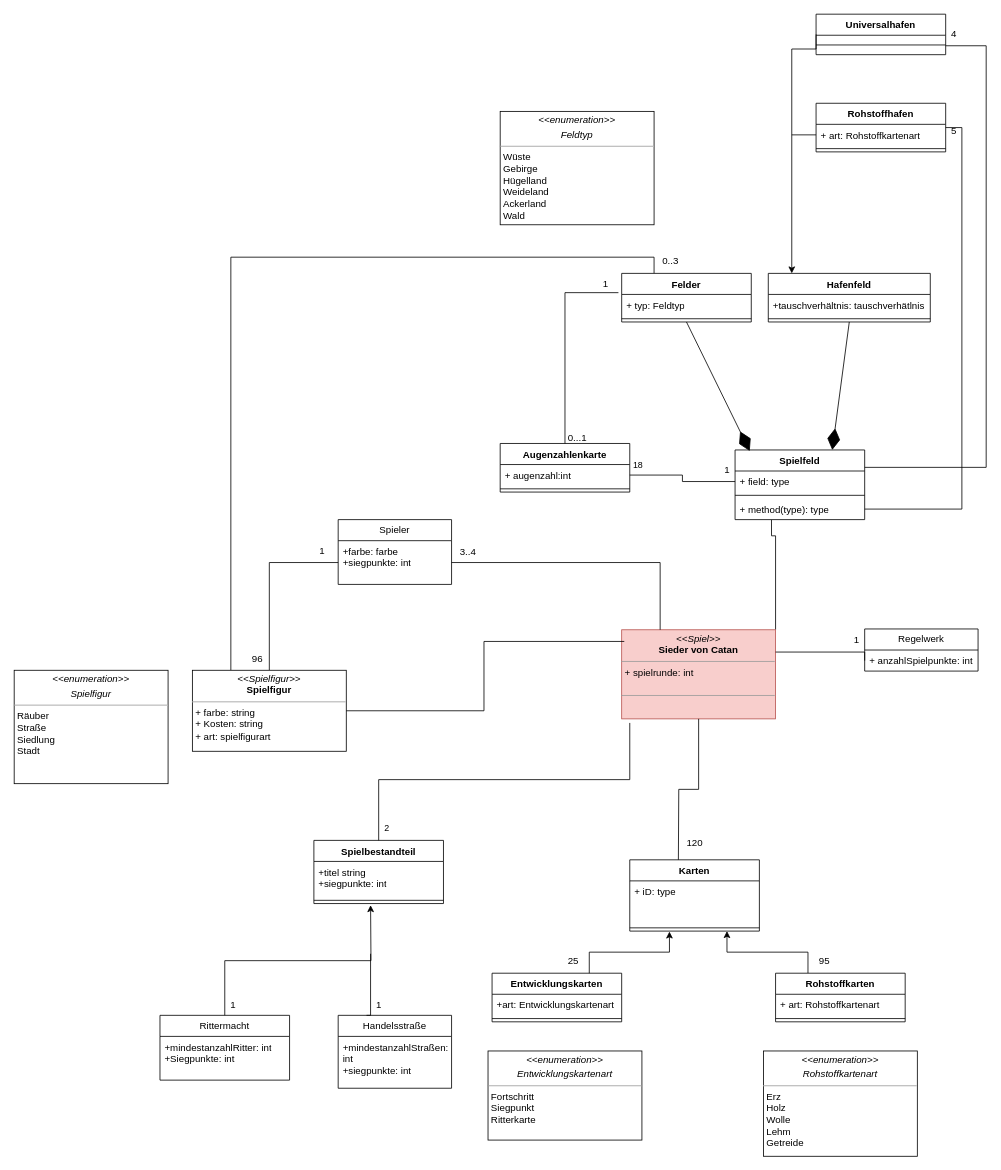
Earlier version of the draw.io diagram Klassendiagramm.drawio (picooo0001/die_siedler_von_catan). Source tidied: cells renumbered, new cells numbered last; positions are measured from the earlier drawing's top-left corner, leaving out a move shared by most shapes. Both pictures are drawn from the tidied source at 81%, with x=0, y=0 at pixel (14, 14).
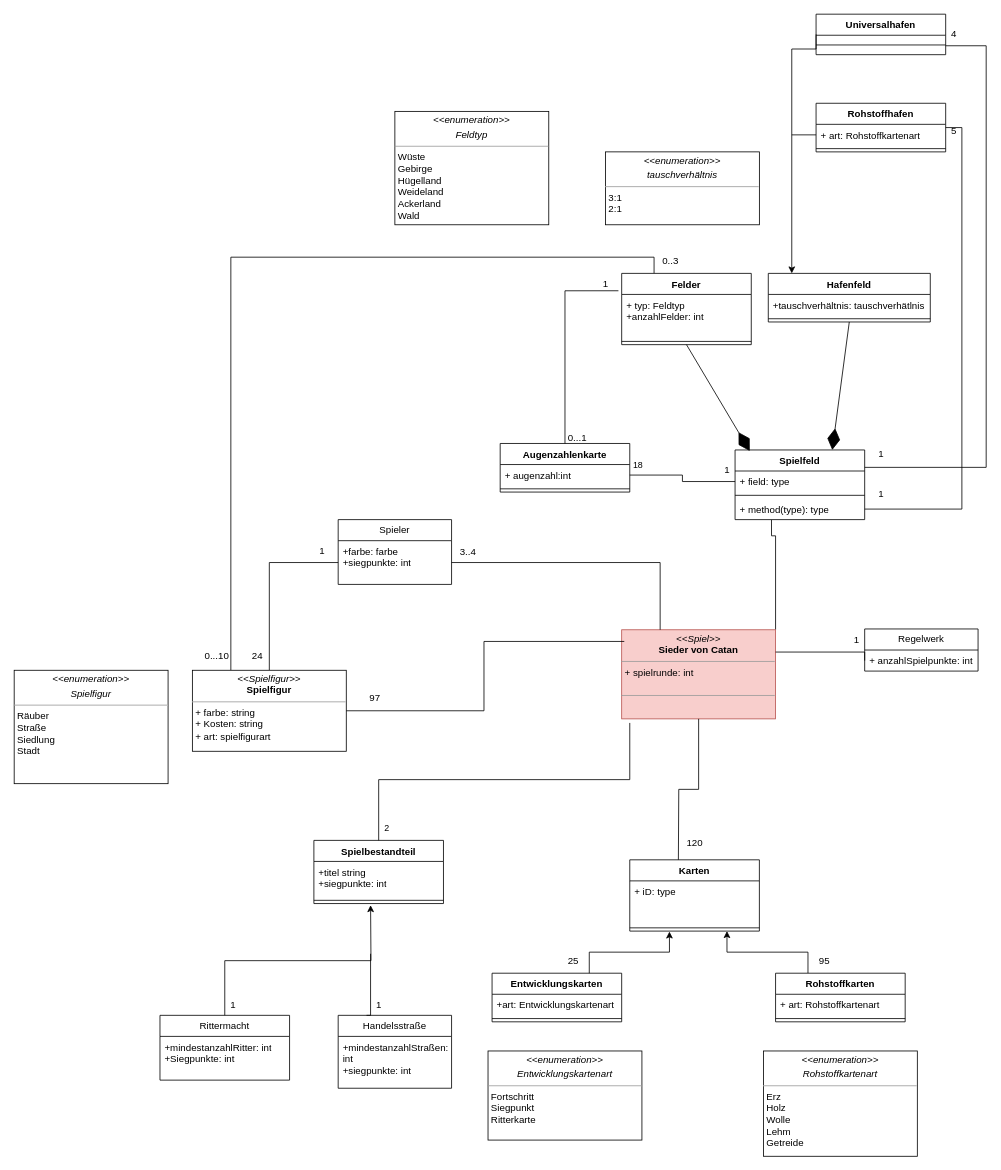
Above is the later version.

Change to the diagram source:
```diff
@@
     <mxCell id="33" value="Felder" style="swimlane;fontStyle=1;align=center;verticalAlign=top;horizontal=1;startSize=26;whiteSpace=wrap;html=1;" parent="1" vertex="1">
-      <mxGeometry x="750" y="320" width="160" height="60" as="geometry" />
+      <mxGeometry x="750" y="320" width="160" height="88" as="geometry" />
     </mxCell>
-    <mxCell id="34" value="+ typ: Feldtyp" style="text;strokeColor=none;fillColor=none;align=left;verticalAlign=top;spacingLeft=4;spacingRight=4;overflow=hidden;points=[[0,0.5],[1,0.5]];portConstraint=eastwest;whiteSpace=wrap;html=1;" parent="33" vertex="1">
-      <mxGeometry y="26" width="160" height="26" as="geometry" />
+    <mxCell id="34" value="+ typ: Feldtyp&lt;br&gt;+anzahlFelder: int" style="text;strokeColor=none;fillColor=none;align=left;verticalAlign=top;spacingLeft=4;spacingRight=4;overflow=hidden;points=[[0,0.5],[1,0.5]];portConstraint=eastwest;whiteSpace=wrap;html=1;" parent="33" vertex="1">
+      <mxGeometry y="26" width="160" height="54" as="geometry" />
     </mxCell>
     <mxCell id="35" style="line;strokeWidth=1;fillColor=none;align=left;verticalAlign=middle;spacingTop=-1;spacingLeft=3;spacingRight=3;labelPosition=right;strokeColor=inherit;" parent="33" vertex="1">
-      <mxGeometry y="52" width="160" height="8" as="geometry" />
+      <mxGeometry y="80" width="160" height="8" as="geometry" />
     </mxCell>
@@
     <mxCell id="52" value="&lt;p style=&quot;margin:0px;margin-top:4px;text-align:center;&quot;&gt;&lt;i&gt;&amp;lt;&amp;lt;enumeration&amp;gt;&amp;gt;&lt;/i&gt;&lt;br&gt;&lt;/p&gt;&lt;p style=&quot;margin:0px;margin-top:4px;text-align:center;&quot;&gt;&lt;i&gt;Feldtyp&lt;/i&gt;&lt;/p&gt;&lt;hr size=&quot;1&quot;&gt;&lt;p style=&quot;margin:0px;margin-left:4px;&quot;&gt;Wüste&lt;/p&gt;&lt;p style=&quot;margin:0px;margin-left:4px;&quot;&gt;Gebirge&lt;/p&gt;&lt;p style=&quot;margin:0px;margin-left:4px;&quot;&gt;Hügelland&lt;/p&gt;&lt;p style=&quot;margin:0px;margin-left:4px;&quot;&gt;Weideland&lt;/p&gt;&lt;p style=&quot;margin:0px;margin-left:4px;&quot;&gt;Ackerland&lt;/p&gt;&lt;p style=&quot;margin:0px;margin-left:4px;&quot;&gt;Wald&lt;/p&gt;&lt;p style=&quot;margin:0px;margin-left:4px;&quot;&gt;&lt;br&gt;&lt;/p&gt;&lt;p style=&quot;margin:0px;margin-left:4px;&quot;&gt;&lt;br&gt;&lt;/p&gt;" style="verticalAlign=top;align=left;overflow=fill;fontSize=12;fontFamily=Helvetica;html=1;whiteSpace=wrap;" parent="1" vertex="1">
-      <mxGeometry x="600" y="120" width="190" height="140" as="geometry" />
+      <mxGeometry x="470" y="120" width="190" height="140" as="geometry" />
     </mxCell>
@@
-    <mxCell id="77" value="96" style="text;html=1;align=center;verticalAlign=middle;strokeColor=none;fillColor=none;" parent="1" vertex="1">
-      <mxGeometry x="280" y="781" width="40" height="30" as="geometry" />
+    <mxCell id="77" value="97" style="text;html=1;align=center;verticalAlign=middle;strokeColor=none;fillColor=none;" parent="1" vertex="1">
+      <mxGeometry x="425" y="830" width="40" height="30" as="geometry" />
     </mxCell>
@@
+    <mxCell id="83" value="1" style="text;html=1;align=center;verticalAlign=middle;strokeColor=none;fillColor=none;" parent="1" vertex="1">
+      <mxGeometry x="1055" y="528" width="30" height="30" as="geometry" />
+    </mxCell>
+    <mxCell id="84" value="1" style="text;html=1;align=center;verticalAlign=middle;strokeColor=none;fillColor=none;" parent="1" vertex="1">
+      <mxGeometry x="1055" y="578" width="30" height="30" as="geometry" />
+    </mxCell>
+    <mxCell id="85" value="&lt;p style=&quot;margin:0px;margin-top:4px;text-align:center;&quot;&gt;&lt;i&gt;&amp;lt;&amp;lt;enumeration&amp;gt;&amp;gt;&lt;/i&gt;&lt;br&gt;&lt;/p&gt;&lt;p style=&quot;margin:0px;margin-top:4px;text-align:center;&quot;&gt;&lt;i&gt;tauschverhältnis&lt;/i&gt;&lt;/p&gt;&lt;hr size=&quot;1&quot;&gt;&lt;p style=&quot;margin:0px;margin-left:4px;&quot;&gt;3:1&lt;/p&gt;&lt;p style=&quot;margin:0px;margin-left:4px;&quot;&gt;2:1&lt;/p&gt;&lt;p style=&quot;margin:0px;margin-left:4px;&quot;&gt;&lt;br&gt;&lt;/p&gt;&lt;p style=&quot;margin:0px;margin-left:4px;&quot;&gt;&lt;br&gt;&lt;/p&gt;" style="verticalAlign=top;align=left;overflow=fill;fontSize=12;fontFamily=Helvetica;html=1;whiteSpace=wrap;" parent="1" vertex="1">
+      <mxGeometry x="730" y="170" width="190" height="90" as="geometry" />
+    </mxCell>
+    <mxCell id="86" value="24" style="text;html=1;align=center;verticalAlign=middle;strokeColor=none;fillColor=none;" parent="1" vertex="1">
+      <mxGeometry x="280" y="778" width="40" height="30" as="geometry" />
+    </mxCell>
+    <mxCell id="87" value="0...10" style="text;html=1;align=center;verticalAlign=middle;strokeColor=none;fillColor=none;" parent="1" vertex="1">
+      <mxGeometry x="225" y="778" width="50" height="30" as="geometry" />
+    </mxCell>
```
